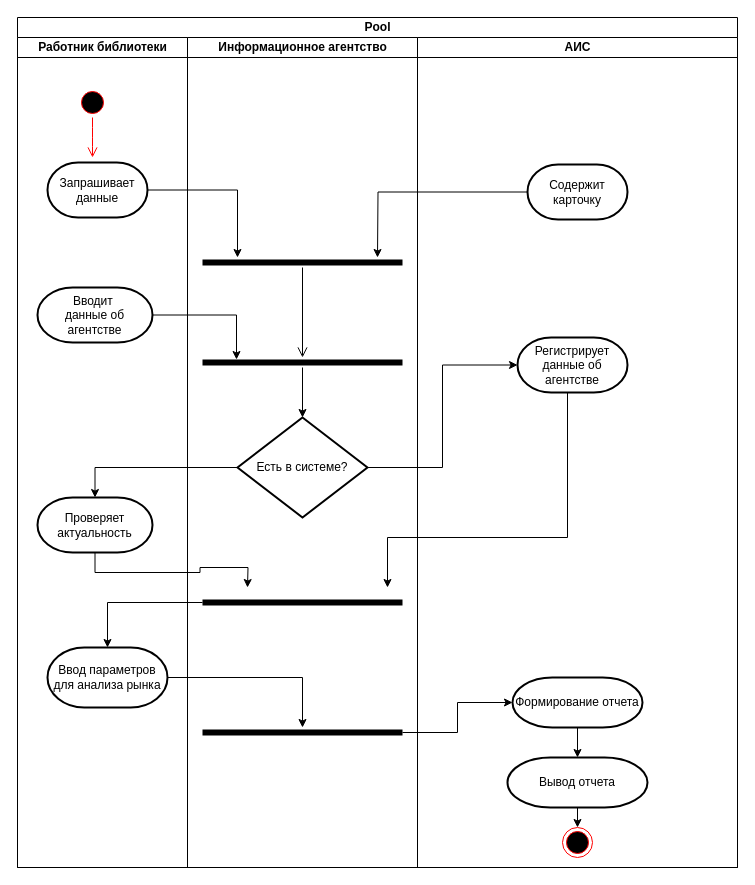
Above: Polytech/CourseThree/TRPO/Диаграммы/Диаграмма активностей.drawio in GkFoxes/Colleges (draw.io), before the change. Source tidied: cells renumbered, new cells numbered last; positions are measured from the earlier drawing's top-left corner, leaving out a move shared by most shapes. Both pictures are drawn from the tidied source at 100%, with x=0, y=0 at pixel (17, 17).
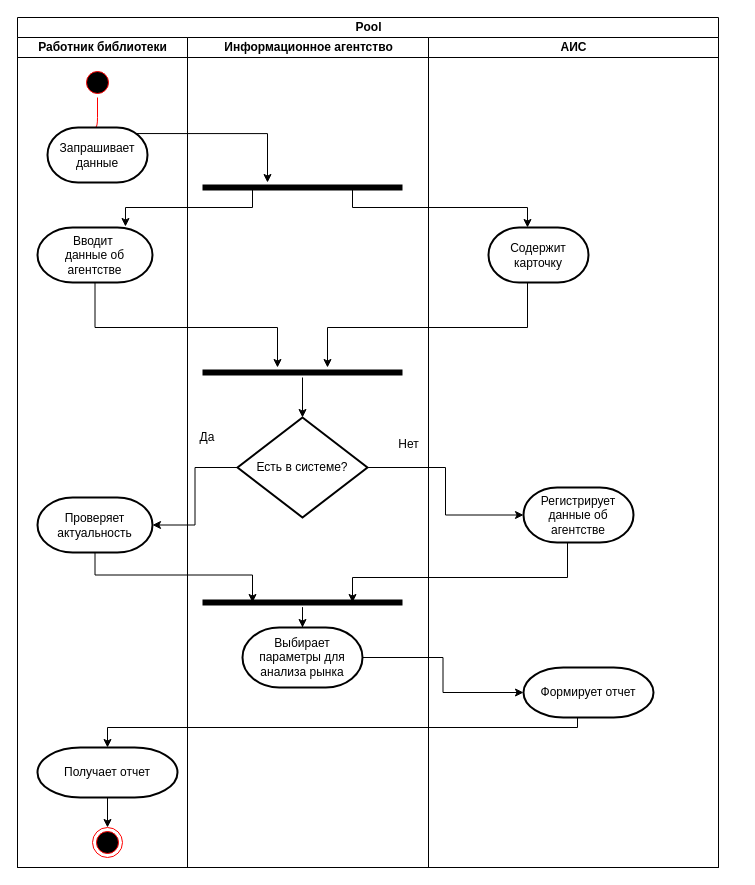
The same page after the edit.

Unchanged cells that the change refers to:
```xml
<mxCell id="3" value="Работник библиотеки" style="swimlane;html=1;startSize=20;" parent="2" vertex="1">
  <mxGeometry y="20" width="170" height="830" as="geometry" />
</mxCell>
```

What changed in the source:
```diff
@@
     <mxCell id="2" value="Pool" style="swimlane;html=1;startSize=20;" parent="1" vertex="1">
-      <mxGeometry width="720" height="850" as="geometry" />
+      <mxGeometry width="701" height="850" as="geometry" />
     </mxCell>
@@
+    <mxCell id="7" value="Вводит&amp;nbsp;&lt;br&gt;данные об агентстве" style="strokeWidth=2;html=1;shape=mxgraph.flowchart.terminator;whiteSpace=wrap;" parent="3" vertex="1">
+      <mxGeometry x="20" y="190" width="115" height="55" as="geometry" />
+    </mxCell>
+    <mxCell id="8" value="Проверяет актуальность" style="strokeWidth=2;html=1;shape=mxgraph.flowchart.terminator;whiteSpace=wrap;" parent="3" vertex="1">
+      <mxGeometry x="20" y="460" width="115" height="55" as="geometry" />
+    </mxCell>
     <mxCell id="5" style="ellipse;html=1;shape=startState;fillColor=#000000;strokeColor=#ff0000;" parent="3" vertex="1">
-      <mxGeometry x="60" y="50" width="30" height="30" as="geometry" />
+      <mxGeometry x="65" y="30" width="30" height="30" as="geometry" />
     </mxCell>
     <mxCell id="6" value="Запрашивает&lt;br&gt;данные" style="strokeWidth=2;html=1;shape=mxgraph.flowchart.terminator;whiteSpace=wrap;" parent="3" vertex="1">
-      <mxGeometry x="30" y="125" width="100" height="55" as="geometry" />
+      <mxGeometry x="30" y="90" width="100" height="55" as="geometry" />
     </mxCell>
-    <mxCell id="7" value="Вводит&amp;nbsp;&lt;br&gt;данные об агентстве" style="strokeWidth=2;html=1;shape=mxgraph.flowchart.terminator;whiteSpace=wrap;" parent="3" vertex="1">
-      <mxGeometry x="20" y="250" width="115" height="55" as="geometry" />
-    </mxCell>
-    <mxCell id="8" value="Проверяет актуальность" style="strokeWidth=2;html=1;shape=mxgraph.flowchart.terminator;whiteSpace=wrap;" parent="3" vertex="1">
-      <mxGeometry x="20" y="460" width="115" height="55" as="geometry" />
-    </mxCell>
-    <mxCell id="9" value="Ввод параметров для анализа рынка" style="strokeWidth=2;html=1;shape=mxgraph.flowchart.terminator;whiteSpace=wrap;" parent="3" vertex="1">
-      <mxGeometry x="30" y="610" width="120" height="60" as="geometry" />
-    </mxCell>
-    <mxCell id="10" value="Информационное агентство" style="swimlane;html=1;startSize=20;" parent="2" vertex="1">
-      <mxGeometry x="170" y="20" width="230" height="830" as="geometry" />
-    </mxCell>
-    <mxCell id="11" style="edgeStyle=orthogonalEdgeStyle;html=1;verticalAlign=bottom;endArrow=open;endSize=8;strokeColor=#000000;" parent="10" edge="1" source="16" target="15">
-      <mxGeometry relative="1" as="geometry" />
-    </mxCell>
-    <mxCell id="12" style="edgeStyle=orthogonalEdgeStyle;rounded=0;jettySize=auto;html=1;strokeColor=#000000;" parent="10" edge="1" source="15" target="17">
-      <mxGeometry relative="1" as="geometry" />
-    </mxCell>
-    <mxCell id="13" style="shape=line;html=1;strokeWidth=6;strokeColor=#000000;" parent="10" vertex="1">
-      <mxGeometry x="15" y="690" width="200" height="10" as="geometry" />
-    </mxCell>
-    <mxCell id="14" style="shape=line;html=1;strokeWidth=6;strokeColor=#000000;" parent="10" vertex="1">
-      <mxGeometry x="15" y="560" width="200" height="10" as="geometry" />
-    </mxCell>
-    <mxCell id="15" style="shape=line;html=1;strokeWidth=6;strokeColor=#000000;" parent="10" vertex="1">
-      <mxGeometry x="15" y="320" width="200" height="10" as="geometry" />
-    </mxCell>
-    <mxCell id="16" style="shape=line;html=1;strokeWidth=6;strokeColor=#000000;" parent="10" vertex="1">
-      <mxGeometry x="15" y="220" width="200" height="10" as="geometry" />
-    </mxCell>
-    <mxCell id="17" value="Есть в системе?" style="strokeWidth=2;html=1;shape=mxgraph.flowchart.decision;whiteSpace=wrap;" parent="10" vertex="1">
-      <mxGeometry x="50" y="380" width="130" height="100" as="geometry" />
-    </mxCell>
-    <mxCell id="18" value="АИС" style="swimlane;html=1;startSize=20;" parent="2" vertex="1">
-      <mxGeometry x="400" y="20" width="320" height="830" as="geometry" />
-    </mxCell>
-    <mxCell id="19" style="edgeStyle=orthogonalEdgeStyle;rounded=0;jettySize=auto;html=1;strokeColor=#000000;" parent="18" edge="1" source="24">
-      <mxGeometry relative="1" as="geometry">
-        <mxPoint x="-40" y="220" as="targetPoint" />
-      </mxGeometry>
-    </mxCell>
-    <mxCell id="20" style="edgeStyle=orthogonalEdgeStyle;rounded=0;jettySize=auto;html=1;entryX=0.5;entryY=0;entryDx=0;entryDy=0;entryPerimeter=0;strokeColor=#000000;" parent="18" edge="1" source="21" target="23">
-      <mxGeometry relative="1" as="geometry" />
-    </mxCell>
-    <mxCell id="21" value="Формирование отчета" style="strokeWidth=2;html=1;shape=mxgraph.flowchart.terminator;whiteSpace=wrap;" parent="18" vertex="1">
-      <mxGeometry x="95" y="640" width="130" height="50" as="geometry" />
-    </mxCell>
-    <mxCell id="22" style="edgeStyle=orthogonalEdgeStyle;rounded=0;jettySize=auto;html=1;exitX=0.5;exitY=1;exitDx=0;exitDy=0;exitPerimeter=0;entryX=0.5;entryY=0;entryDx=0;entryDy=0;strokeColor=#000000;" parent="18" edge="1" source="23" target="26">
+    <mxCell id="22" style="edgeStyle=orthogonalEdgeStyle;rounded=0;jettySize=auto;html=1;exitX=0.5;exitY=1;exitDx=0;exitDy=0;exitPerimeter=0;entryX=0.5;entryY=0;entryDx=0;entryDy=0;" parent="3" edge="1" source="23" target="26">
       <mxGeometry relative="1" as="geometry" />
     </mxCell>
-    <mxCell id="23" value="Вывод отчета" style="strokeWidth=2;html=1;shape=mxgraph.flowchart.terminator;whiteSpace=wrap;" parent="18" vertex="1">
-      <mxGeometry x="90" y="720" width="140" height="50" as="geometry" />
+    <mxCell id="23" value="Получает отчет" style="strokeWidth=2;html=1;shape=mxgraph.flowchart.terminator;whiteSpace=wrap;" parent="3" vertex="1">
+      <mxGeometry x="20" y="710" width="140" height="50" as="geometry" />
     </mxCell>
+    <mxCell id="26" style="ellipse;html=1;shape=endState;fillColor=#000000;strokeColor=#ff0000;" parent="3" vertex="1">
+      <mxGeometry x="75" y="790" width="30" height="30" as="geometry" />
+    </mxCell>
+    <mxCell id="36" style="edgeStyle=orthogonalEdgeStyle;rounded=0;jettySize=auto;html=1;exitX=0.25;exitY=0.5;exitDx=0;exitDy=0;exitPerimeter=0;entryX=0.765;entryY=-0.018;entryDx=0;entryDy=0;entryPerimeter=0;" parent="2" edge="1" source="16" target="7">
+      <mxGeometry relative="1" as="geometry">
+        <Array as="points">
+          <mxPoint x="235" y="190" />
+          <mxPoint x="108" y="190" />
+        </Array>
+      </mxGeometry>
+    </mxCell>
+    <mxCell id="37" style="edgeStyle=orthogonalEdgeStyle;rounded=0;jettySize=auto;html=1;exitX=0.75;exitY=0.5;exitDx=0;exitDy=0;exitPerimeter=0;" parent="2" edge="1" source="16" target="24">
+      <mxGeometry relative="1" as="geometry">
+        <Array as="points">
+          <mxPoint x="335" y="190" />
+          <mxPoint x="510" y="190" />
+        </Array>
+      </mxGeometry>
+    </mxCell>
+    <mxCell id="10" value="Информационное агентство" style="swimlane;html=1;startSize=20;" parent="2" vertex="1">
+      <mxGeometry x="170" y="20" width="241" height="830" as="geometry" />
+    </mxCell>
+    <mxCell id="38" value="Да" style="text;html=1;strokeColor=none;fillColor=none;align=center;verticalAlign=middle;whiteSpace=wrap;rounded=0;" parent="10" vertex="1">
+      <mxGeometry y="390" width="40" height="20" as="geometry" />
+    </mxCell>
+    <mxCell id="16" style="shape=line;html=1;strokeWidth=6;strokeColor=#000000;" parent="10" vertex="1">
+      <mxGeometry x="15" y="145" width="200" height="10" as="geometry" />
+    </mxCell>
+    <mxCell id="31" style="edgeStyle=orthogonalEdgeStyle;rounded=0;jettySize=auto;html=1;entryX=0.5;entryY=0;entryDx=0;entryDy=0;entryPerimeter=0;" parent="10" edge="1" source="14" target="9">
+      <mxGeometry relative="1" as="geometry" />
+    </mxCell>
+    <mxCell id="14" style="shape=line;html=1;strokeWidth=6;strokeColor=#000000;" parent="10" vertex="1">
+      <mxGeometry x="15" y="560" width="200" height="10" as="geometry" />
+    </mxCell>
+    <mxCell id="17" value="Есть в системе?" style="strokeWidth=2;html=1;shape=mxgraph.flowchart.decision;whiteSpace=wrap;" parent="10" vertex="1">
+      <mxGeometry x="50" y="380" width="130" height="100" as="geometry" />
+    </mxCell>
+    <mxCell id="12" style="edgeStyle=orthogonalEdgeStyle;rounded=0;jettySize=auto;html=1;entryX=0.5;entryY=0;entryDx=0;entryDy=0;entryPerimeter=0;" parent="10" edge="1" source="15" target="17">
+      <mxGeometry relative="1" as="geometry" />
+    </mxCell>
+    <mxCell id="15" style="shape=line;html=1;strokeWidth=6;strokeColor=#000000;" parent="10" vertex="1">
+      <mxGeometry x="15" y="330" width="200" height="10" as="geometry" />
+    </mxCell>
+    <mxCell id="9" value="Выбирает параметры для анализа рынка" style="strokeWidth=2;html=1;shape=mxgraph.flowchart.terminator;whiteSpace=wrap;" parent="10" vertex="1">
+      <mxGeometry x="55" y="590" width="120" height="60" as="geometry" />
+    </mxCell>
+    <mxCell id="39" value="Нет" style="text;html=1;align=center;verticalAlign=middle;" parent="10" vertex="1">
+      <mxGeometry x="201" y="397" width="40" height="20" as="geometry" />
+    </mxCell>
+    <mxCell id="18" value="АИС" style="swimlane;html=1;startSize=20;" parent="2" vertex="1">
+      <mxGeometry x="411" y="20" width="290" height="830" as="geometry" />
+    </mxCell>
     <mxCell id="24" value="Содержит карточку" style="strokeWidth=2;html=1;shape=mxgraph.flowchart.terminator;whiteSpace=wrap;" parent="18" vertex="1">
-      <mxGeometry x="110" y="127" width="100" height="55" as="geometry" />
+      <mxGeometry x="60" y="190" width="100" height="55" as="geometry" />
     </mxCell>
     <mxCell id="25" value="Регистрирует&lt;br&gt;данные об агентстве" style="strokeWidth=2;html=1;shape=mxgraph.flowchart.terminator;whiteSpace=wrap;" parent="18" vertex="1">
-      <mxGeometry x="100" y="300" width="110" height="55" as="geometry" />
+      <mxGeometry x="95" y="450" width="110" height="55" as="geometry" />
     </mxCell>
-    <mxCell id="26" style="ellipse;html=1;shape=endState;fillColor=#000000;strokeColor=#ff0000;" parent="18" vertex="1">
-      <mxGeometry x="145" y="790" width="30" height="30" as="geometry" />
-    </mxCell>
+    <mxCell id="21" value="Формирует отчет" style="strokeWidth=2;html=1;shape=mxgraph.flowchart.terminator;whiteSpace=wrap;" parent="18" vertex="1">
+      <mxGeometry x="95" y="630" width="130" height="50" as="geometry" />
+    </mxCell>
+    <mxCell id="28" style="edgeStyle=orthogonalEdgeStyle;rounded=0;jettySize=auto;html=1;exitX=0.5;exitY=1;exitDx=0;exitDy=0;exitPerimeter=0;" parent="2" edge="1" source="7" target="15">
+      <mxGeometry relative="1" as="geometry">
+        <Array as="points">
+          <mxPoint x="78" y="310" />
+          <mxPoint x="260" y="310" />
+        </Array>
+      </mxGeometry>
+    </mxCell>
+    <mxCell id="40" style="edgeStyle=orthogonalEdgeStyle;rounded=0;jettySize=auto;html=1;exitX=0.5;exitY=1;exitDx=0;exitDy=0;exitPerimeter=0;" parent="2" edge="1" source="24" target="15">
+      <mxGeometry relative="1" as="geometry">
+        <Array as="points">
+          <mxPoint x="510" y="310" />
+          <mxPoint x="310" y="310" />
+        </Array>
+      </mxGeometry>
+    </mxCell>
-    <mxCell id="27" style="edgeStyle=orthogonalEdgeStyle;rounded=0;jettySize=auto;html=1;strokeColor=#000000;" parent="2" edge="1" source="6" target="16">
+    <mxCell id="27" style="edgeStyle=orthogonalEdgeStyle;rounded=0;jettySize=auto;html=1;exitX=0.89;exitY=0.11;exitDx=0;exitDy=0;exitPerimeter=0;" parent="2" edge="1" source="6" target="16">
       <mxGeometry relative="1" as="geometry">
         <Array as="points">
-          <mxPoint x="220" y="173" />
+          <mxPoint x="250" y="116" />
         </Array>
       </mxGeometry>
     </mxCell>
-    <mxCell id="28" style="edgeStyle=orthogonalEdgeStyle;rounded=0;jettySize=auto;html=1;exitX=1;exitY=0.5;exitDx=0;exitDy=0;exitPerimeter=0;entryX=0.17;entryY=0.2;entryDx=0;entryDy=0;entryPerimeter=0;strokeColor=#000000;" parent="2" edge="1" source="7" target="15">
-      <mxGeometry relative="1" as="geometry" />
-    </mxCell>
-    <mxCell id="29" style="edgeStyle=orthogonalEdgeStyle;rounded=0;jettySize=auto;html=1;exitX=1;exitY=0.5;exitDx=0;exitDy=0;exitPerimeter=0;entryX=0;entryY=0.5;entryDx=0;entryDy=0;entryPerimeter=0;strokeColor=#000000;" parent="2" edge="1" source="17" target="25">
+    <mxCell id="29" style="edgeStyle=orthogonalEdgeStyle;rounded=0;jettySize=auto;html=1;exitX=1;exitY=0.5;exitDx=0;exitDy=0;exitPerimeter=0;" parent="2" edge="1" source="17" target="25">
       <mxGeometry relative="1" as="geometry" />
     </mxCell>
-    <mxCell id="30" style="edgeStyle=orthogonalEdgeStyle;rounded=0;jettySize=auto;html=1;exitX=0;exitY=0.5;exitDx=0;exitDy=0;exitPerimeter=0;entryX=0.5;entryY=0;entryDx=0;entryDy=0;entryPerimeter=0;strokeColor=#000000;" parent="2" edge="1" source="17" target="8">
+    <mxCell id="30" style="edgeStyle=orthogonalEdgeStyle;rounded=0;jettySize=auto;html=1;exitX=0;exitY=0.5;exitDx=0;exitDy=0;exitPerimeter=0;" parent="2" edge="1" source="17" target="8">
       <mxGeometry relative="1" as="geometry" />
     </mxCell>
-    <mxCell id="31" style="edgeStyle=orthogonalEdgeStyle;rounded=0;jettySize=auto;html=1;strokeColor=#000000;" parent="2" edge="1" source="14" target="9">
-      <mxGeometry relative="1" as="geometry" />
-    </mxCell>
-    <mxCell id="32" style="edgeStyle=orthogonalEdgeStyle;rounded=0;jettySize=auto;html=1;strokeColor=#000000;" parent="2" edge="1" source="9" target="13">
-      <mxGeometry relative="1" as="geometry" />
-    </mxCell>
-    <mxCell id="33" style="edgeStyle=orthogonalEdgeStyle;rounded=0;jettySize=auto;html=1;strokeColor=#000000;" parent="2" edge="1" source="13" target="21">
-      <mxGeometry relative="1" as="geometry" />
-    </mxCell>
-    <mxCell id="34" style="edgeStyle=orthogonalEdgeStyle;rounded=0;jettySize=auto;html=1;exitX=0.5;exitY=1;exitDx=0;exitDy=0;exitPerimeter=0;strokeColor=#000000;" parent="1" edge="1" source="8">
-      <mxGeometry relative="1" as="geometry">
-        <mxPoint x="230" y="570" as="targetPoint" />
-      </mxGeometry>
-    </mxCell>
-    <mxCell id="35" style="edgeStyle=orthogonalEdgeStyle;rounded=0;jettySize=auto;html=1;exitX=0.5;exitY=1;exitDx=0;exitDy=0;exitPerimeter=0;strokeColor=#000000;" parent="1" edge="1" source="25">
-      <mxGeometry relative="1" as="geometry">
-        <mxPoint x="370" y="570" as="targetPoint" />
-        <Array as="points">
-          <mxPoint x="550" y="520" />
-          <mxPoint x="370" y="520" />
-        </Array>
-      </mxGeometry>
-    </mxCell>
+    <mxCell id="41" style="edgeStyle=orthogonalEdgeStyle;rounded=0;jettySize=auto;html=1;exitX=0.5;exitY=1;exitDx=0;exitDy=0;exitPerimeter=0;entryX=0.25;entryY=0.5;entryDx=0;entryDy=0;entryPerimeter=0;" parent="2" edge="1" source="8" target="14">
+      <mxGeometry relative="1" as="geometry" />
+    </mxCell>
+    <mxCell id="42" style="edgeStyle=orthogonalEdgeStyle;rounded=0;jettySize=auto;html=1;exitX=0.5;exitY=1;exitDx=0;exitDy=0;exitPerimeter=0;entryX=0.75;entryY=0.5;entryDx=0;entryDy=0;entryPerimeter=0;" parent="2" edge="1" source="25" target="14">
+      <mxGeometry relative="1" as="geometry">
+        <Array as="points">
+          <mxPoint x="550" y="560" />
+          <mxPoint x="335" y="560" />
+        </Array>
+      </mxGeometry>
+    </mxCell>
+    <mxCell id="43" style="edgeStyle=orthogonalEdgeStyle;rounded=0;jettySize=auto;html=1;exitX=1;exitY=0.5;exitDx=0;exitDy=0;exitPerimeter=0;entryX=0;entryY=0.5;entryDx=0;entryDy=0;entryPerimeter=0;" parent="2" edge="1" source="9" target="21">
+      <mxGeometry relative="1" as="geometry" />
+    </mxCell>
+    <mxCell id="20" style="edgeStyle=orthogonalEdgeStyle;rounded=0;jettySize=auto;html=1;exitX=0.5;exitY=1;exitDx=0;exitDy=0;exitPerimeter=0;" parent="2" edge="1" source="21" target="23">
+      <mxGeometry relative="1" as="geometry">
+        <Array as="points">
+          <mxPoint x="560" y="710" />
+          <mxPoint x="90" y="710" />
+        </Array>
+      </mxGeometry>
+    </mxCell>
```
